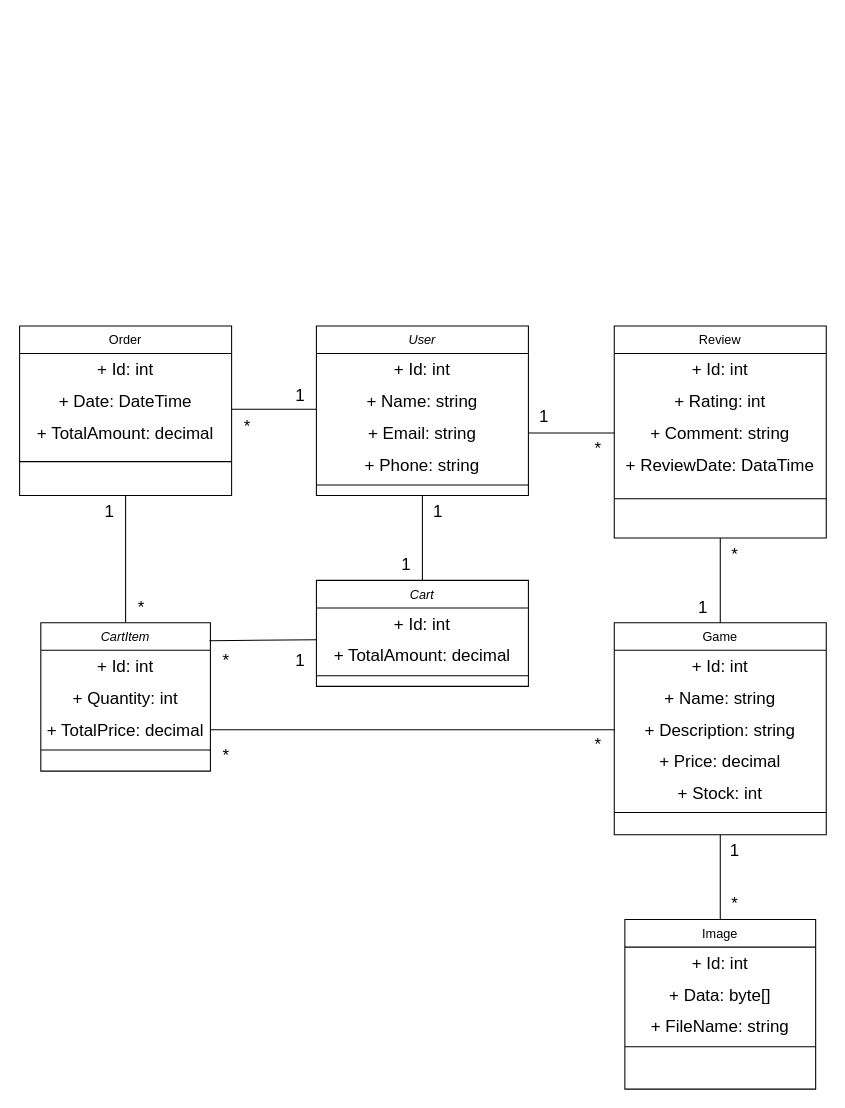
Earlier version of the draw.io diagram Resurse/Class_Diagram.drawio (Radu309/GameShopProject). Source tidied: cells renumbered, new cells numbered last; positions are measured from the earlier drawing's top-left corner, leaving out a move shared by most shapes. Both pictures are drawn from the tidied source at 106%, with x=0, y=0 at pixel (19, 325).
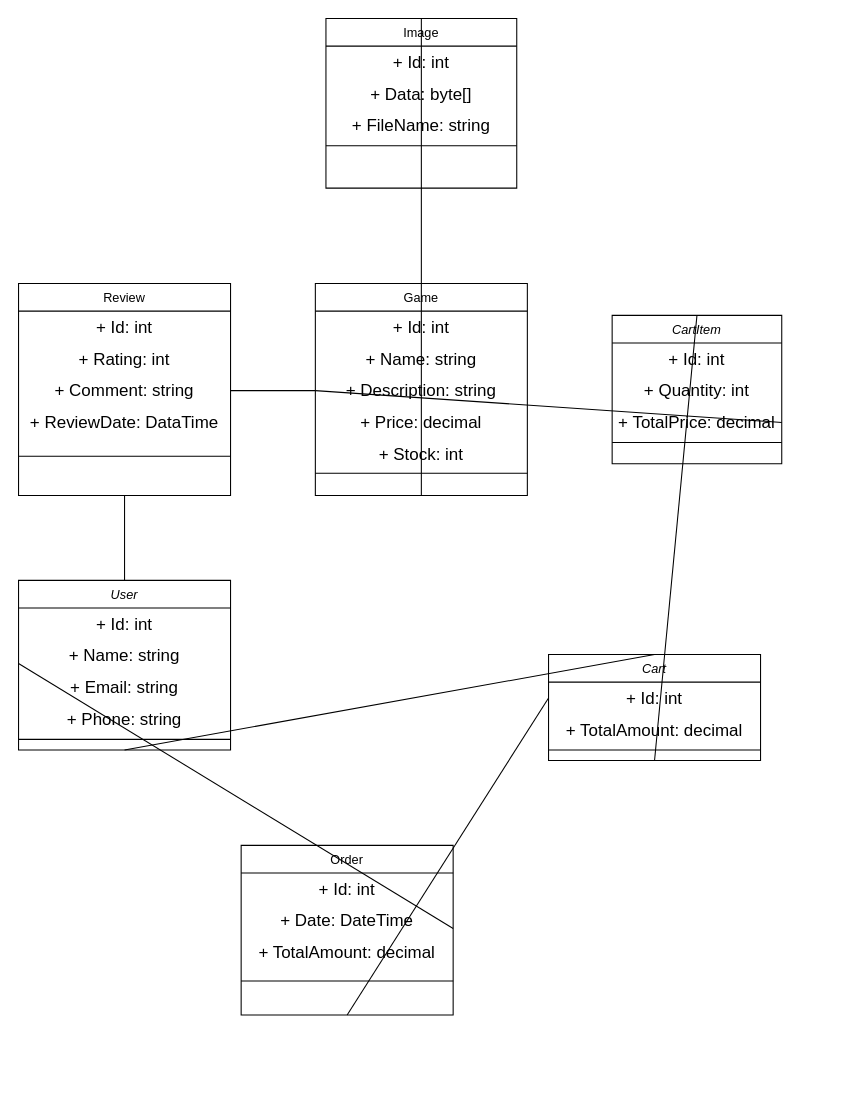
After the change.

The change refers to these unchanged cells:
```xml
<mxCell id="5" value="+ Email: string" style="text;html=1;align=center;verticalAlign=middle;whiteSpace=wrap;rounded=0;fontSize=16;" parent="2" vertex="1">
  <mxGeometry y="86" width="200" height="30" as="geometry" />
</mxCell>
<mxCell id="11" value="+ Description: string" style="text;html=1;align=center;verticalAlign=middle;whiteSpace=wrap;rounded=0;fontSize=16;" parent="8" vertex="1">
  <mxGeometry y="86" width="200" height="30" as="geometry" />
</mxCell>
<mxCell id="28" value="+ Comment: string" style="text;html=1;align=center;verticalAlign=middle;whiteSpace=wrap;rounded=0;fontSize=16;" parent="25" vertex="1">
  <mxGeometry y="86" width="200" height="30" as="geometry" />
</mxCell>
<mxCell id="39" value="+ Id: int" style="text;html=1;align=center;verticalAlign=middle;whiteSpace=wrap;rounded=0;fontSize=16;" parent="38" vertex="1">
  <mxGeometry y="26" width="200" height="30" as="geometry" />
</mxCell>
<mxCell id="40" value="+ TotalAmount: decimal" style="text;html=1;align=center;verticalAlign=middle;whiteSpace=wrap;rounded=0;fontSize=16;" parent="38" vertex="1">
  <mxGeometry y="56" width="200" height="30" as="geometry" />
</mxCell>
```

What changed in the source:
```diff
@@
     <mxCell id="2" value="User" style="swimlane;fontStyle=2;align=center;verticalAlign=top;horizontal=1;startSize=26;rounded=0;shadow=0;strokeWidth=1;" parent="1" vertex="1">
-      <mxGeometry x="280" width="200" height="160" as="geometry" />
+      <mxGeometry x="-1" y="240" width="200" height="160" as="geometry" />
     </mxCell>
@@
     <mxCell id="8" value="Game" style="swimlane;fontStyle=0;align=center;verticalAlign=top;horizontal=1;startSize=26;rounded=0;shadow=0;strokeWidth=1;" parent="1" vertex="1">
-      <mxGeometry x="561" y="280" width="200" height="200" as="geometry" />
+      <mxGeometry x="279" y="-40" width="200" height="200" as="geometry" />
     </mxCell>
@@
     <mxCell id="15" value="Order" style="swimlane;fontStyle=0;align=center;verticalAlign=top;horizontal=1;startSize=26;rounded=0;shadow=0;strokeWidth=1;" parent="1" vertex="1">
-      <mxGeometry width="200" height="160" as="geometry" />
+      <mxGeometry x="209" y="490" width="200" height="160" as="geometry" />
     </mxCell>
@@
     <mxCell id="20" value="Image" style="swimlane;fontStyle=0;align=center;verticalAlign=top;horizontal=1;startSize=26;rounded=0;shadow=0;strokeWidth=1;" parent="1" vertex="1">
-      <mxGeometry x="571" y="560" width="180" height="160" as="geometry" />
+      <mxGeometry x="289" y="-290" width="180" height="160" as="geometry" />
     </mxCell>
@@
     <mxCell id="25" value="Review" style="swimlane;fontStyle=0;align=center;verticalAlign=top;horizontal=1;startSize=26;rounded=0;shadow=0;strokeWidth=1;" parent="1" vertex="1">
-      <mxGeometry x="561" width="200" height="200" as="geometry" />
+      <mxGeometry x="-1" y="-40" width="200" height="200" as="geometry" />
     </mxCell>
@@
-    <mxCell id="31" style="endArrow=none;html=1;rounded=0;fontSize=12;startSize=8;endSize=8;curved=1;entryX=0.5;entryY=1;entryDx=0;entryDy=0;exitX=0.5;exitY=0;exitDx=0;exitDy=0;" parent="1" edge="1" source="8" target="25">
+    <mxCell id="31" style="endArrow=none;html=1;rounded=0;fontSize=12;startSize=8;endSize=8;curved=1;entryX=1;entryY=0.5;entryDx=0;entryDy=0;exitX=0;exitY=0.5;exitDx=0;exitDy=0;" parent="1" edge="1" source="11" target="28">
       <mxGeometry relative="1" as="geometry" />
     </mxCell>
@@
-    <mxCell id="34" style="endArrow=none;html=1;rounded=0;fontSize=12;startSize=8;endSize=8;curved=1;entryX=0.5;entryY=0;entryDx=0;entryDy=0;exitX=0.5;exitY=1;exitDx=0;exitDy=0;" parent="1" edge="1" source="15" target="44">
+    <mxCell id="34" style="endArrow=none;html=1;rounded=0;fontSize=12;startSize=8;endSize=8;curved=1;entryX=0;entryY=0.5;entryDx=0;entryDy=0;exitX=0.5;exitY=1;exitDx=0;exitDy=0;" parent="1" edge="1" source="15" target="39">
       <mxGeometry relative="1" as="geometry" />
     </mxCell>
@@
-    <mxCell id="36" value="1" style="text;html=1;align=center;verticalAlign=middle;whiteSpace=wrap;rounded=0;fontSize=16;" parent="1" vertex="1">
-      <mxGeometry x="250" y="50" width="30" height="30" as="geometry" />
-    </mxCell>
-    <mxCell id="37" value="*" style="text;html=1;align=center;verticalAlign=middle;whiteSpace=wrap;rounded=0;fontSize=16;" parent="1" vertex="1">
-      <mxGeometry x="200" y="80" width="30" height="30" as="geometry" />
-    </mxCell>
     <mxCell id="38" value="Cart" style="swimlane;fontStyle=2;align=center;verticalAlign=top;horizontal=1;startSize=26;rounded=0;shadow=0;strokeWidth=1;" parent="1" vertex="1">
-      <mxGeometry x="280" y="240" width="200" height="100" as="geometry" />
+      <mxGeometry x="499" y="310" width="200" height="100" as="geometry" />
     </mxCell>
@@
-    <mxCell id="42" style="endArrow=none;html=1;rounded=0;fontSize=12;startSize=8;endSize=8;curved=1;exitX=1;exitY=0.5;exitDx=0;exitDy=0;entryX=0;entryY=0.5;entryDx=0;entryDy=0;" parent="1" edge="1" source="5" target="28">
+    <mxCell id="42" style="endArrow=none;html=1;rounded=0;fontSize=12;startSize=8;endSize=8;curved=1;exitX=0.5;exitY=0;exitDx=0;exitDy=0;entryX=0.5;entryY=1;entryDx=0;entryDy=0;" parent="1" edge="1" source="2" target="25">
       <mxGeometry relative="1" as="geometry" />
     </mxCell>
@@
     <mxCell id="44" value="CartItem" style="swimlane;fontStyle=2;align=center;verticalAlign=top;horizontal=1;startSize=26;rounded=0;shadow=0;strokeWidth=1;" parent="1" vertex="1">
-      <mxGeometry x="20" y="280" width="160" height="140" as="geometry" />
+      <mxGeometry x="559" y="-10" width="160" height="140" as="geometry" />
     </mxCell>
@@
-    <mxCell id="49" style="endArrow=none;html=1;rounded=0;fontSize=12;startSize=8;endSize=8;curved=1;entryX=0.994;entryY=0.121;entryDx=0;entryDy=0;exitX=0;exitY=0;exitDx=0;exitDy=0;entryPerimeter=0;" parent="1" edge="1" source="40" target="44">
+    <mxCell id="49" style="endArrow=none;html=1;rounded=0;fontSize=12;startSize=8;endSize=8;curved=1;entryX=0.5;entryY=0;entryDx=0;entryDy=0;exitX=0.5;exitY=1;exitDx=0;exitDy=0;" parent="1" edge="1" source="38" target="44">
       <mxGeometry relative="1" as="geometry" />
     </mxCell>
@@
-    <mxCell id="51" value="1" style="text;html=1;align=center;verticalAlign=middle;whiteSpace=wrap;rounded=0;fontSize=16;" parent="1" vertex="1">
-      <mxGeometry x="380" y="160" width="30" height="30" as="geometry" />
-    </mxCell>
-    <mxCell id="52" value="1" style="text;html=1;align=center;verticalAlign=middle;whiteSpace=wrap;rounded=0;fontSize=16;" parent="1" vertex="1">
-      <mxGeometry x="350" y="210" width="30" height="30" as="geometry" />
-    </mxCell>
-    <mxCell id="53" value="1" style="text;html=1;align=center;verticalAlign=middle;whiteSpace=wrap;rounded=0;fontSize=16;" parent="1" vertex="1">
-      <mxGeometry x="480" y="70" width="30" height="30" as="geometry" />
-    </mxCell>
-    <mxCell id="54" value="*" style="text;html=1;align=center;verticalAlign=middle;whiteSpace=wrap;rounded=0;fontSize=16;" parent="1" vertex="1">
-      <mxGeometry x="531" y="100" width="30" height="30" as="geometry" />
-    </mxCell>
-    <mxCell id="55" value="*" style="text;html=1;align=center;verticalAlign=middle;whiteSpace=wrap;rounded=0;fontSize=16;" parent="1" vertex="1">
-      <mxGeometry x="660" y="200" width="30" height="30" as="geometry" />
-    </mxCell>
-    <mxCell id="56" value="1" style="text;html=1;align=center;verticalAlign=middle;whiteSpace=wrap;rounded=0;fontSize=16;" parent="1" vertex="1">
-      <mxGeometry x="630" y="250" width="30" height="30" as="geometry" />
-    </mxCell>
-    <mxCell id="57" value="*" style="text;html=1;align=center;verticalAlign=middle;whiteSpace=wrap;rounded=0;fontSize=16;" parent="1" vertex="1">
-      <mxGeometry x="660" y="530" width="30" height="30" as="geometry" />
-    </mxCell>
-    <mxCell id="58" value="1" style="text;html=1;align=center;verticalAlign=middle;whiteSpace=wrap;rounded=0;fontSize=16;" parent="1" vertex="1">
-      <mxGeometry x="660" y="480" width="30" height="30" as="geometry" />
-    </mxCell>
-    <mxCell id="59" value="1" style="text;html=1;align=center;verticalAlign=middle;whiteSpace=wrap;rounded=0;fontSize=16;" parent="1" vertex="1">
-      <mxGeometry x="250" y="300" width="30" height="30" as="geometry" />
-    </mxCell>
-    <mxCell id="60" value="*" style="text;html=1;align=center;verticalAlign=middle;whiteSpace=wrap;rounded=0;fontSize=16;" parent="1" vertex="1">
-      <mxGeometry x="180" y="300" width="30" height="30" as="geometry" />
-    </mxCell>
-    <mxCell id="61" value="*" style="text;html=1;align=center;verticalAlign=middle;whiteSpace=wrap;rounded=0;fontSize=16;" parent="1" vertex="1">
-      <mxGeometry x="531" y="380" width="30" height="30" as="geometry" />
-    </mxCell>
-    <mxCell id="62" value="1" style="text;html=1;align=center;verticalAlign=middle;whiteSpace=wrap;rounded=0;fontSize=16;" parent="1" vertex="1">
-      <mxGeometry x="70" y="160" width="30" height="30" as="geometry" />
-    </mxCell>
-    <mxCell id="63" value="*" style="text;html=1;align=center;verticalAlign=middle;whiteSpace=wrap;rounded=0;fontSize=16;" parent="1" vertex="1">
-      <mxGeometry x="100" y="250" width="30" height="30" as="geometry" />
-    </mxCell>
-    <mxCell id="64" value="*" style="text;html=1;align=center;verticalAlign=middle;whiteSpace=wrap;rounded=0;fontSize=16;" parent="1" vertex="1">
-      <mxGeometry x="180" y="390" width="30" height="30" as="geometry" />
-    </mxCell>
```
